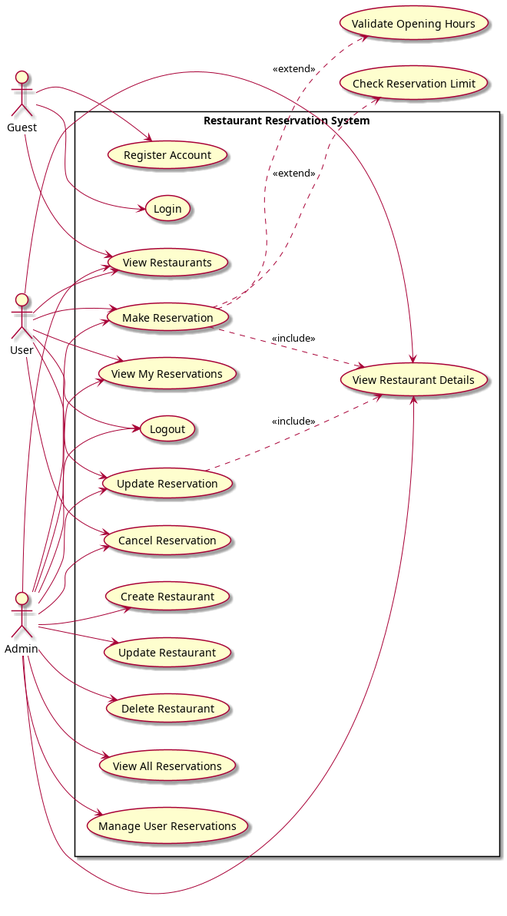
The PlantUML diagram diagrams/usecase-diagram.png in Mysterioucz/SW-DEV-PRAC-Restaurant-Reservation, before a commit. Its source is kept beside it as diagrams/usecase-diagram.puml.
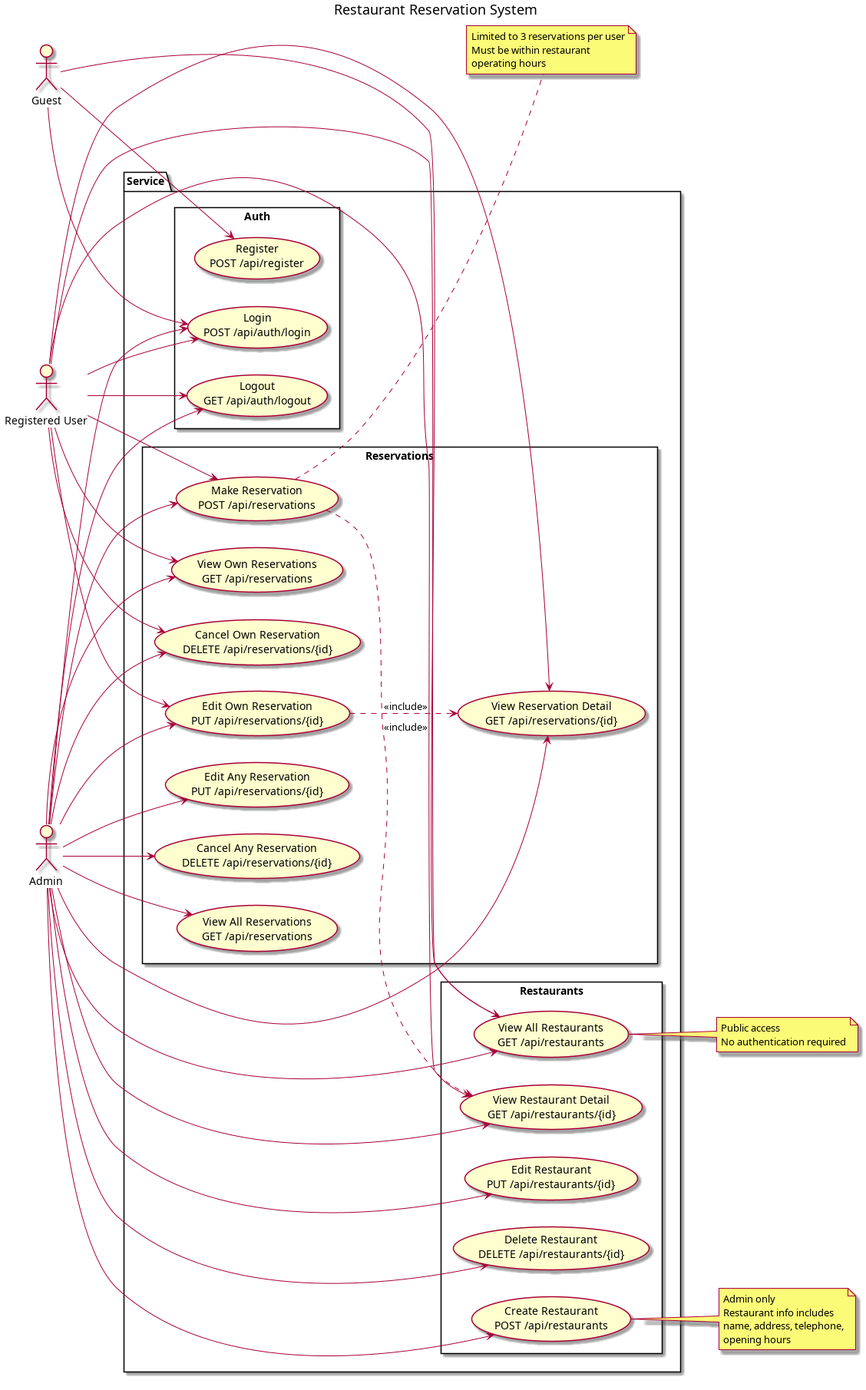
Later version of the same file.

Commit message:
fix: usecase diagram

Change to the diagram source:
```diff
@@ -1,59 +1,88 @@
 @startuml
 left to right direction
-skinparam packageStyle rectangle
+title Restaurant Reservation System
 
 actor Guest
-actor User
+actor "Registered User" as User
 actor Admin
 
-rectangle "Restaurant Reservation System" {
-  usecase (Register Account) as UC1
-  usecase (Login) as UC2
-  usecase (View Restaurants) as UC3
+package "Service" {
 
-  usecase (View Restaurant Details) as UC4
-  usecase (Make Reservation) as UC5
-  usecase (View My Reservations) as UC6
-  usecase (Update Reservation) as UC7
-  usecase (Cancel Reservation) as UC8
-  usecase (Logout) as UC9
+  rectangle "Auth" {
+    usecase (Login\nPOST /api/auth/login) as Login
+    usecase (Register\nPOST /api/register) as Register
+    usecase (Logout\nGET /api/auth/logout) as Logout
+  }
 
-  usecase (Create Restaurant) as UC10
-  usecase (Update Restaurant) as UC11
-  usecase (Delete Restaurant) as UC12
-  usecase (View All Reservations) as UC13
-  usecase (Manage User Reservations) as UC14
+  rectangle "Restaurants" {
+    usecase (View All Restaurants\nGET /api/restaurants) as ViewRestaurants
+    usecase (View Restaurant Detail\nGET /api/restaurants/{id}) as ViewRestaurantDetail
+    usecase (Create Restaurant\nPOST /api/restaurants) as CreateRestaurant
+    usecase (Edit Restaurant\nPUT /api/restaurants/{id}) as EditRestaurant
+    usecase (Delete Restaurant\nDELETE /api/restaurants/{id}) as DeleteRestaurant
+  }
+
+  rectangle "Reservations" {
+    usecase (View Own Reservations\nGET /api/reservations) as ViewOwnReservations
+    usecase (View Reservation Detail\nGET /api/reservations/{id}) as ViewReservationDetail
+    usecase (Make Reservation\nPOST /api/reservations) as MakeReservation
+    usecase (Edit Own Reservation\nPUT /api/reservations/{id}) as EditOwnReservation
+    usecase (Cancel Own Reservation\nDELETE /api/reservations/{id}) as CancelOwnReservation
+    usecase (View All Reservations\nGET /api/reservations) as ViewAllReservations
+    usecase (Edit Any Reservation\nPUT /api/reservations/{id}) as EditAnyReservation
+    usecase (Cancel Any Reservation\nDELETE /api/reservations/{id}) as CancelAnyReservation
+  }
 }
 
-Guest --> UC1
-Guest --> UC2
-Guest --> UC3
+note right of MakeReservation
+  Limited to 3 reservations per user
+  Must be within restaurant
+  operating hours
+end note
 
-User --> UC3
-User --> UC4
-User --> UC5
-User --> UC6
-User --> UC7
-User --> UC8
-User --> UC9
+note right of ViewRestaurants
+  Public access
+  No authentication required
+end note
 
-Admin --> UC3
-Admin --> UC4
-Admin --> UC5
-Admin --> UC6
-Admin --> UC7
-Admin --> UC8
-Admin --> UC9
-Admin --> UC10
-Admin --> UC11
-Admin --> UC12
-Admin --> UC13
-Admin --> UC14
+note right of CreateRestaurant
+  Admin only
+  Restaurant info includes
+  name, address, telephone,
+  opening hours
+end note
 
-UC5 ..> UC4 : <<include>>
-UC7 ..> UC4 : <<include>>
+Guest --> Register
+Guest --> Login
+Guest --> ViewRestaurants
 
-UC5 ..> (Validate Opening Hours) : <<extend>>
-UC5 ..> (Check Reservation Limit) : <<extend>>
+User --> Login
+User --> Logout
+User --> ViewRestaurants
+User --> ViewRestaurantDetail
+User --> MakeReservation
+User --> ViewOwnReservations
+User --> ViewReservationDetail
+User --> EditOwnReservation
+User --> CancelOwnReservation
+
+Admin --> Login
+Admin --> Logout
+Admin --> ViewRestaurants
+Admin --> ViewRestaurantDetail
+Admin --> CreateRestaurant
+Admin --> EditRestaurant
+Admin --> DeleteRestaurant
+Admin --> MakeReservation
+Admin --> ViewOwnReservations
+Admin --> ViewReservationDetail
+Admin --> EditOwnReservation
+Admin --> CancelOwnReservation
+Admin --> ViewAllReservations
+Admin --> EditAnyReservation
+Admin --> CancelAnyReservation
+
+MakeReservation ..> ViewRestaurantDetail : <<include>>
+EditOwnReservation ..> ViewReservationDetail : <<include>>
 
 @enduml
```
